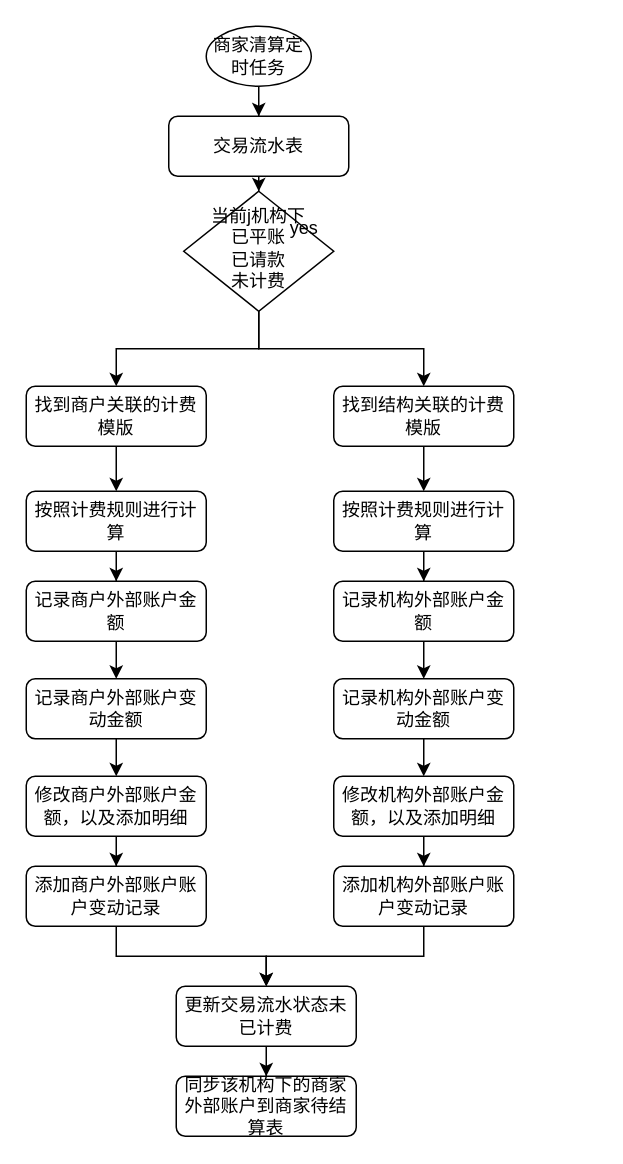
Earlier version of the draw.io diagram page "Page-1" (1 of 2) of 未命名绘图.drawio (wengjunwei/myDraw). Source tidied: cells renumbered, new cells numbered last; positions are measured from the earlier drawing's top-left corner, leaving out a move shared by most shapes. Both pictures are drawn from the tidied source at 150%, with x=0, y=0 at pixel (26, 26).
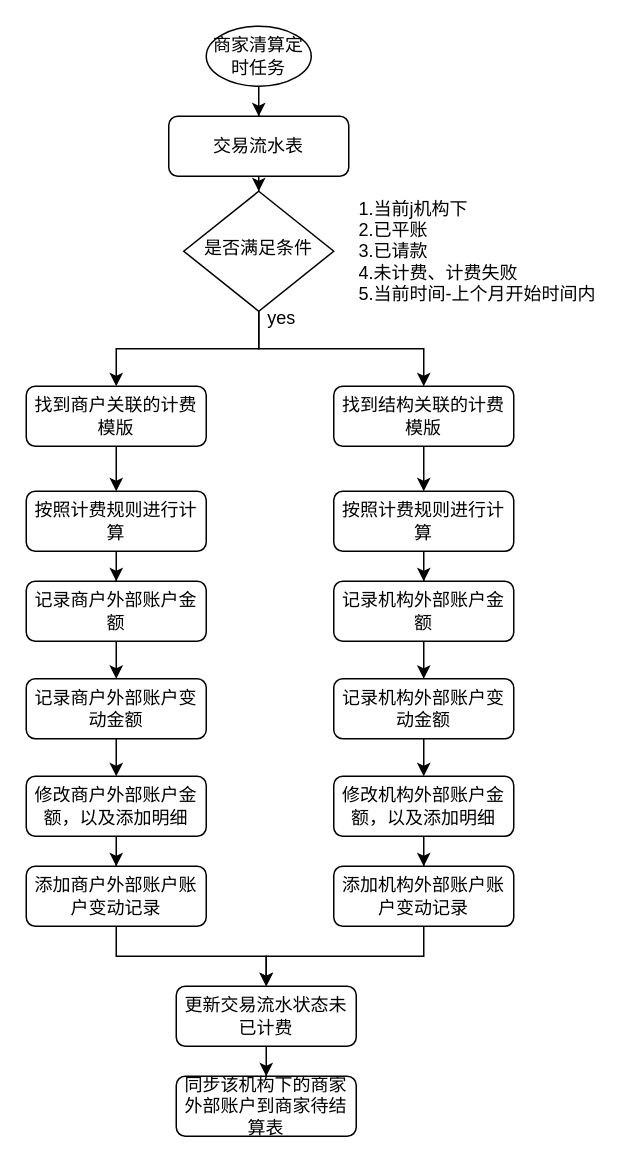
After the change.

Commit message:
更新未命名绘图.drawio

Change to the diagram source:
```diff
@@
-    <mxCell id="6" value="&lt;div&gt;当前j机构下&lt;/div&gt;已平账&lt;div&gt;已请款&lt;/div&gt;&lt;div&gt;未计费&lt;/div&gt;" style="rhombus;whiteSpace=wrap;html=1;shadow=0;fontFamily=Helvetica;fontSize=12;align=center;strokeWidth=1;spacing=6;spacingTop=-4;" parent="1" vertex="1">
+    <mxCell id="6" value="是否满足条件" style="rhombus;whiteSpace=wrap;html=1;shadow=0;fontFamily=Helvetica;fontSize=12;align=center;strokeWidth=1;spacing=6;spacingTop=-4;" parent="1" vertex="1">
       <mxGeometry x="105" y="110" width="100" height="80" as="geometry" />
     </mxCell>
@@
     <mxCell id="11" value="yes" style="text;html=1;align=center;verticalAlign=middle;strokeColor=none;fillColor=none;" parent="1" vertex="1">
-      <mxGeometry x="165" y="120" width="40" height="30" as="geometry" />
+      <mxGeometry x="150" y="180" width="40" height="30" as="geometry" />
     </mxCell>
@@
+    <mxCell id="38" value="&lt;div&gt;1.当前j机构下&lt;/div&gt;&lt;div&gt;2.&lt;span style=&quot;background-color: initial;&quot;&gt;已平账&lt;/span&gt;&lt;/div&gt;&lt;div&gt;3.已请款&lt;/div&gt;&lt;div&gt;4.未计费、计费失败&lt;/div&gt;&lt;div style=&quot;&quot;&gt;5.当前时间-上个月开始时间内&lt;/div&gt;" style="text;html=1;align=left;verticalAlign=middle;whiteSpace=wrap;rounded=0;" parent="1" vertex="1">
+      <mxGeometry x="220" y="100" width="160" height="100" as="geometry" />
+    </mxCell>
```
